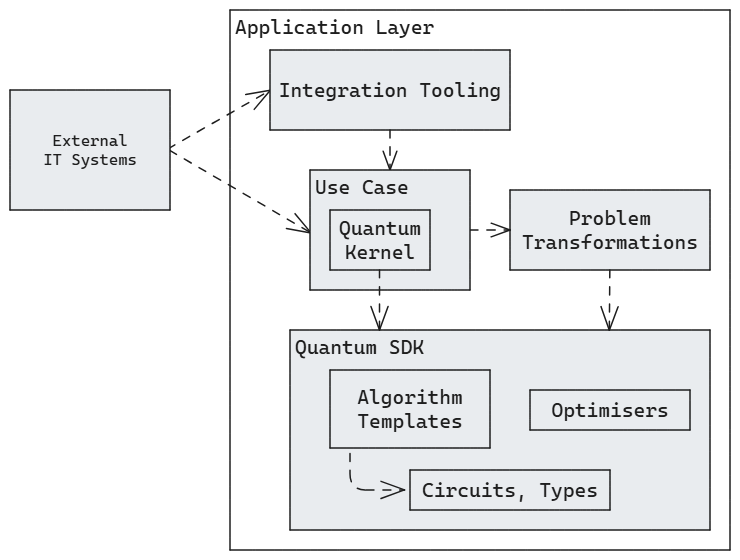
This is docs/reference-architecture/images/Building-Blocks-L2-Application-Layer.excalidraw.png from FullStaQD/architecture, a Excalidraw export, as it was before one commit. Source tidied: one line per element, renumbered; positions are measured from the earlier drawing's top-left corner, leaving out a move shared by most shapes.
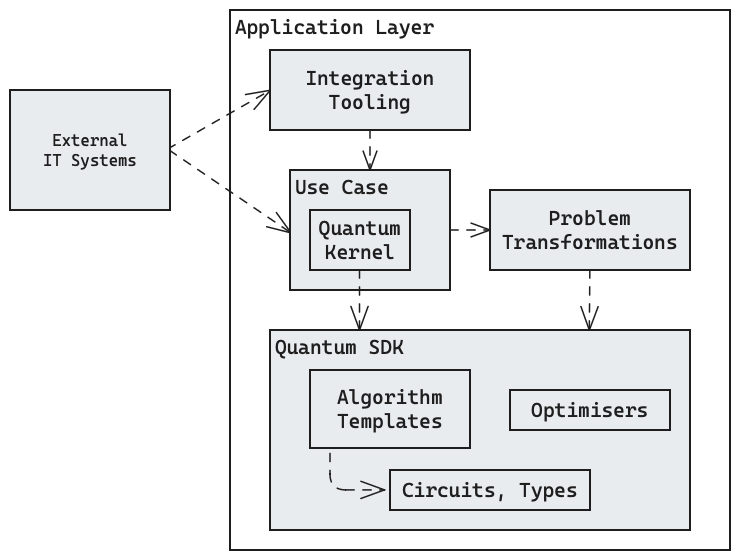
After the change.

Change to the diagram source:
```diff
@@ -1,8 +1,8 @@
-{"id": 0, "type": "rectangle", "strokeColor": "#1e1e1e", "backgroundColor": "#ffffff", "fillStyle": "solid", "strokeWidth": 1, "roughness": 0, "x": 220, "y": 0, "width": 500, "height": 540}
+{"id": 0, "type": "rectangle", "strokeColor": "#1e1e1e", "backgroundColor": "#ffffff", "fillStyle": "solid", "strokeWidth": 1, "roughness": 0, "x": 240, "y": 0, "width": 500, "height": 540}
-{"id": 1, "type": "text", "text": "Application Layer", "strokeColor": "#1e1e1e", "strokeWidth": 1, "roughness": 0, "fontSize": 20, "fontFamily": 3, "inside": 0, "x": 225, "y": 5, "width": 199, "height": 24}
+{"id": 1, "type": "text", "text": "Application Layer", "strokeColor": "#1e1e1e", "strokeWidth": 1, "roughness": 0, "fontSize": 20, "fontFamily": 3, "inside": 0, "x": 245, "y": 5, "width": 199, "height": 24}
-{"id": 2, "type": "arrow", "strokeColor": "#1e1e1e", "backgroundColor": "#e9ecef", "fillStyle": "solid", "strokeWidth": 1, "strokeStyle": "dashed", "roughness": 0, "endArrowhead": "arrow", "round": true, "from": 25, "to": 3, "x": 158, "y": 139, "width": 102, "height": 59, "points": [[0, 0], [102, -59]]}
+{"id": 2, "type": "arrow", "strokeColor": "#1e1e1e", "backgroundColor": "#e9ecef", "fillStyle": "solid", "strokeWidth": 1, "strokeStyle": "dashed", "roughness": 0, "endArrowhead": "arrow", "round": true, "from": 25, "to": 3, "x": 178, "y": 139, "width": 102, "height": 59, "points": [[0, 0], [102, -59]]}
-{"id": 3, "type": "rectangle", "strokeColor": "#1e1e1e", "backgroundColor": "#e9ecef", "fillStyle": "solid", "strokeWidth": 1, "roughness": 0, "x": 260, "y": 40, "width": 240, "height": 80}
+{"id": 3, "type": "rectangle", "strokeColor": "#1e1e1e", "backgroundColor": "#e9ecef", "fillStyle": "solid", "strokeWidth": 1, "roughness": 0, "x": 280, "y": 40, "width": 200, "height": 80}
-{"id": 4, "type": "text", "text": "Integration Tooling", "strokeColor": "#1e1e1e", "backgroundColor": "#ffffff", "fillStyle": "solid", "strokeWidth": 1, "roughness": 0, "fontSize": 20, "fontFamily": 3, "textAlign": "center", "verticalAlign": "middle", "inside": 3, "x": 269, "y": 68, "width": 223, "height": 24}
+{"id": 4, "type": "text", "text": "Integration\nTooling", "strokeColor": "#1e1e1e", "backgroundColor": "#ffffff", "fillStyle": "solid", "strokeWidth": 1, "roughness": 0, "fontSize": 20, "fontFamily": 3, "textAlign": "center", "verticalAlign": "middle", "inside": 3, "x": 316, "y": 56, "width": 129, "height": 48}
 {"id": 5, "type": "rectangle", "strokeColor": "#1e1e1e", "backgroundColor": "#e9ecef", "fillStyle": "solid", "strokeWidth": 1, "roughness": 0, "x": 280, "y": 320, "width": 420, "height": 200}
 {"id": 6, "type": "text", "text": "Quantum SDK", "strokeColor": "#1e1e1e", "backgroundColor": "#ffffff", "fillStyle": "solid", "strokeWidth": 1, "roughness": 0, "fontSize": 20, "fontFamily": 3, "inside": 5, "x": 285, "y": 325, "width": 129, "height": 24}
 {"id": 7, "type": "rectangle", "strokeColor": "#1e1e1e", "backgroundColor": "#e9ecef", "fillStyle": "solid", "strokeWidth": 1, "roughness": 0, "x": 500, "y": 180, "width": 200, "height": 80}
@@ -17,11 +17,11 @@
 {"id": 16, "type": "arrow", "strokeColor": "#1e1e1e", "backgroundColor": "#e9ecef", "fillStyle": "solid", "strokeWidth": 1, "strokeStyle": "dashed", "roughness": 0, "endArrowhead": "arrow", "round": true, "from": 7, "x": 600, "y": 260, "width": 1, "height": 60, "points": [[0, 0], [-1, 60]]}
 {"id": 17, "type": "arrow", "strokeColor": "#1e1e1e", "backgroundColor": "#e9ecef", "fillStyle": "solid", "strokeWidth": 1, "strokeStyle": "dashed", "roughness": 0, "endArrowhead": "arrow", "round": true, "x": 380, "y": 120, "width": 0, "height": 40, "points": [[0, 0], [0, 40]]}
 {"id": 18, "type": "arrow", "strokeColor": "#1e1e1e", "backgroundColor": "#e9ecef", "fillStyle": "solid", "strokeWidth": 1, "strokeStyle": "dashed", "roughness": 0, "endArrowhead": "arrow", "round": true, "x": 460, "y": 220, "width": 40, "height": 0, "points": [[0, 0], [40, 0]]}
-{"id": 19, "type": "arrow", "strokeColor": "#1e1e1e", "backgroundColor": "#e9ecef", "fillStyle": "solid", "strokeWidth": 1, "strokeStyle": "dashed", "roughness": 0, "endArrowhead": "arrow", "round": true, "from": 25, "to": 20, "x": 160, "y": 140, "width": 141, "height": 82, "points": [[0, 0], [141, 82]]}
+{"id": 19, "type": "arrow", "strokeColor": "#1e1e1e", "backgroundColor": "#e9ecef", "fillStyle": "solid", "strokeWidth": 1, "strokeStyle": "dashed", "roughness": 0, "endArrowhead": "arrow", "round": true, "from": 25, "to": 20, "x": 180, "y": 140, "width": 121, "height": 82, "points": [[0, 0], [121, 82]]}
 {"id": 20, "type": "rectangle", "strokeColor": "#1e1e1e", "backgroundColor": "#e9ecef", "fillStyle": "solid", "strokeWidth": 1, "roughness": 0, "x": 300, "y": 160, "width": 160, "height": 120}
 {"id": 21, "type": "text", "text": "Use Case", "strokeColor": "#1e1e1e", "backgroundColor": "#ffffff", "fillStyle": "solid", "strokeWidth": 1, "roughness": 0, "fontSize": 20, "fontFamily": 3, "inside": 20, "x": 305, "y": 165, "width": 94, "height": 24}
 {"id": 22, "type": "rectangle", "strokeColor": "#1e1e1e", "backgroundColor": "#e9ecef", "fillStyle": "solid", "strokeWidth": 1, "roughness": 0, "x": 320, "y": 200, "width": 100, "height": 60}
 {"id": 23, "type": "text", "text": "Quantum\nKernel", "strokeColor": "#1e1e1e", "backgroundColor": "#ffffff", "fillStyle": "solid", "strokeWidth": 1, "roughness": 0, "fontSize": 20, "fontFamily": 3, "textAlign": "center", "verticalAlign": "middle", "inside": 22, "x": 329, "y": 206, "width": 82, "height": 48}
 {"id": 24, "type": "arrow", "strokeColor": "#1e1e1e", "backgroundColor": "#e9ecef", "fillStyle": "solid", "strokeWidth": 1, "strokeStyle": "dashed", "roughness": 0, "endArrowhead": "arrow", "round": true, "x": 370, "y": 260, "width": 0, "height": 60, "points": [[0, 0], [0, 60]]}
-{"id": 25, "type": "rectangle", "strokeColor": "#1e1e1e", "backgroundColor": "#e9ecef", "fillStyle": "solid", "strokeWidth": 1, "roughness": 0, "x": 0, "y": 80, "width": 160, "height": 120}
+{"id": 25, "type": "rectangle", "strokeColor": "#1e1e1e", "backgroundColor": "#e9ecef", "fillStyle": "solid", "strokeWidth": 1, "roughness": 0, "x": 20, "y": 80, "width": 160, "height": 120}
-{"id": 26, "type": "text", "text": "External\nIT Systems", "strokeColor": "#1e1e1e", "backgroundColor": "#e9ecef", "fillStyle": "solid", "strokeWidth": 1, "roughness": 0, "fontSize": 16, "fontFamily": 3, "textAlign": "center", "verticalAlign": "middle", "inside": 25, "x": 33, "y": 121, "width": 94, "height": 38}
+{"id": 26, "type": "text", "text": "External\nIT Systems", "strokeColor": "#1e1e1e", "backgroundColor": "#e9ecef", "fillStyle": "solid", "strokeWidth": 1, "roughness": 0, "fontSize": 16, "fontFamily": 3, "textAlign": "center", "verticalAlign": "middle", "inside": 25, "x": 53, "y": 121, "width": 94, "height": 38}
```
